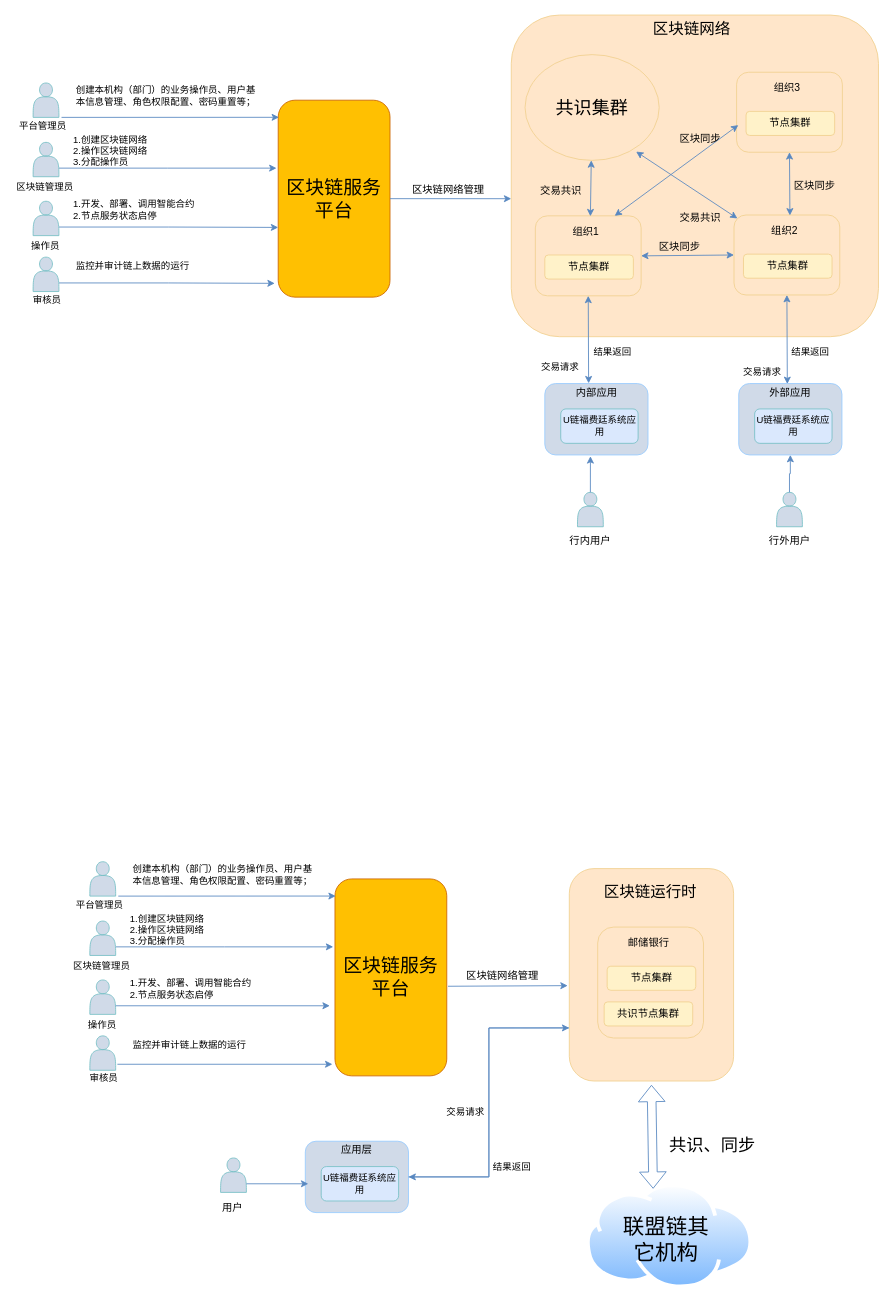
Earlier version of the draw.io diagram repository/drawio/postb/系统上下文.drawio (dilide/collections). Source tidied: cells renumbered, new cells numbered last; positions are measured from the earlier drawing's top-left corner, leaving out a move shared by most shapes. Both pictures are drawn from the tidied source at 86%, with x=0, y=0 at pixel (15, 15).
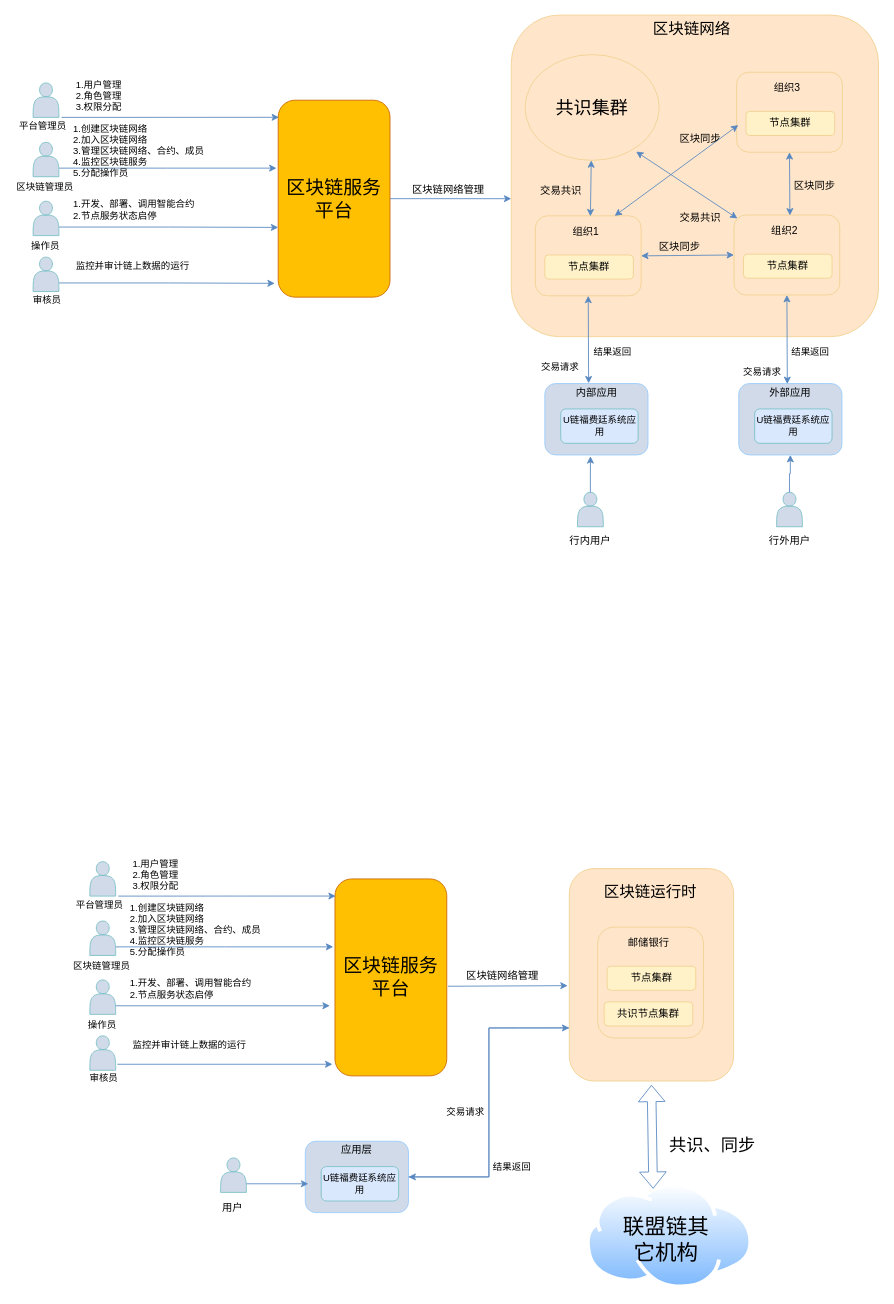
The same page after the edit.

Commit message (it also covers changes not shown here):
Update 系统上下文.drawio

The change refers to these unchanged cells:
```xml
<mxCell id="3" style="group;" parent="2" vertex="1">
  <mxGeometry y="79" width="436" height="252.5" as="geometry" />
</mxCell>
<mxCell id="68" style="group;" parent="1" vertex="1">
  <mxGeometry x="66" y="984.5" width="436" height="252.5" as="geometry" />
</mxCell>
```

What changed in the source:
```diff
@@
-    <mxCell id="9" value="1.创建区块链网络&lt;br&gt;2.操作区块链网络&lt;br&gt;3.分配操作员" style="rounded=0;whiteSpace=wrap;html=1;fillColor=none;fontSize=11;align=left;strokeColor=none;" parent="3" vertex="1">
-      <mxGeometry x="66" y="59" width="130" height="40" as="geometry" />
+    <mxCell id="9" value="1.创建区块链网络&lt;br&gt;2.加入区块链网络&lt;br&gt;3.管理区块链网络、合约、成员&lt;br&gt;4.监控区块链服务&lt;br&gt;5.分配操作员" style="rounded=0;whiteSpace=wrap;html=1;fillColor=none;fontSize=11;align=left;strokeColor=none;" parent="3" vertex="1">
+      <mxGeometry x="66" y="59" width="166" height="40" as="geometry" />
     </mxCell>
@@
-    <mxCell id="11" value="创建本机构（部门）的业务操作员、用户基本信息管理、角色权限配置、密码重置等；" style="rounded=0;whiteSpace=wrap;html=1;fontSize=11;strokeColor=none;fillColor=none;align=left;" parent="3" vertex="1">
+    <mxCell id="11" value="1.用户管理&lt;br&gt;2.角色管理&lt;br&gt;3.权限分配" style="rounded=0;whiteSpace=wrap;html=1;fontSize=11;strokeColor=none;fillColor=none;align=left;" parent="3" vertex="1">
       <mxGeometry x="68.5" width="220" height="30" as="geometry" />
     </mxCell>
@@
-    <mxCell id="74" value="1.创建区块链网络&lt;br&gt;2.操作区块链网络&lt;br&gt;3.分配操作员" style="rounded=0;whiteSpace=wrap;html=1;fillColor=none;fontSize=11;align=left;strokeColor=none;" parent="68" vertex="1">
-      <mxGeometry x="66" y="59" width="130" height="40" as="geometry" />
+    <mxCell id="74" value="1.创建区块链网络&lt;br&gt;2.加入区块链网络&lt;br&gt;3.管理区块链网络、合约、成员&lt;br&gt;4.监控区块链服务&lt;br&gt;5.分配操作员" style="rounded=0;whiteSpace=wrap;html=1;fillColor=none;fontSize=11;align=left;strokeColor=none;" parent="68" vertex="1">
+      <mxGeometry x="66" y="59" width="204" height="40" as="geometry" />
     </mxCell>
@@
-    <mxCell id="76" value="创建本机构（部门）的业务操作员、用户基本信息管理、角色权限配置、密码重置等；" style="rounded=0;whiteSpace=wrap;html=1;fontSize=11;strokeColor=none;fillColor=none;align=left;" parent="68" vertex="1">
+    <mxCell id="76" value="1.用户管理&lt;br&gt;2.角色管理&lt;br&gt;3.权限分配" style="rounded=0;whiteSpace=wrap;html=1;fontSize=11;strokeColor=none;fillColor=none;align=left;" parent="68" vertex="1">
       <mxGeometry x="68.5" width="220" height="30" as="geometry" />
     </mxCell>
```
